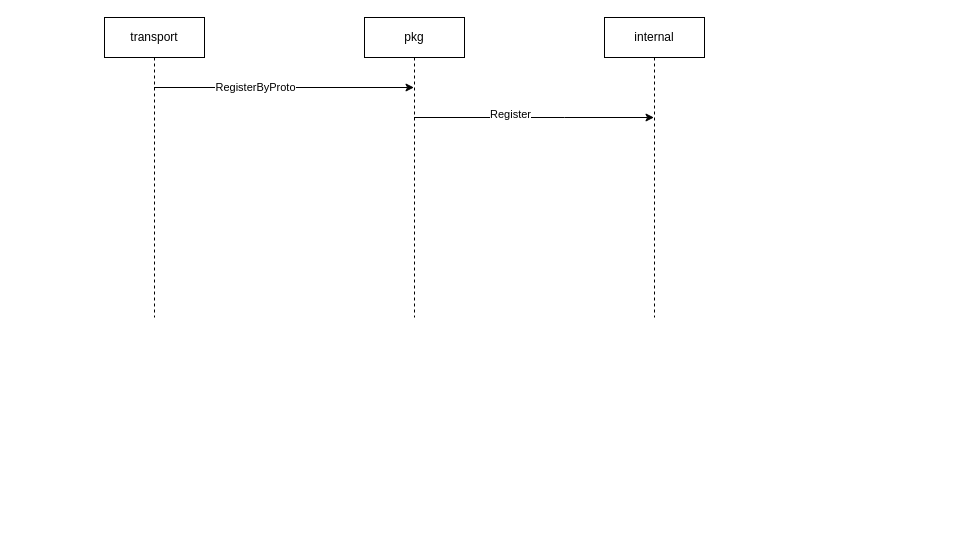
Above: page "registry-flow" (2 of 2) of frpc/frpc.drawio in hankeyyh/ft (draw.io), before the change. Source tidied: cells renumbered, new cells numbered last; positions are measured from the earlier drawing's top-left corner, leaving out a move shared by most shapes. Both pictures are drawn from the tidied source at 100%, with x=0, y=0 at pixel (104, 17).
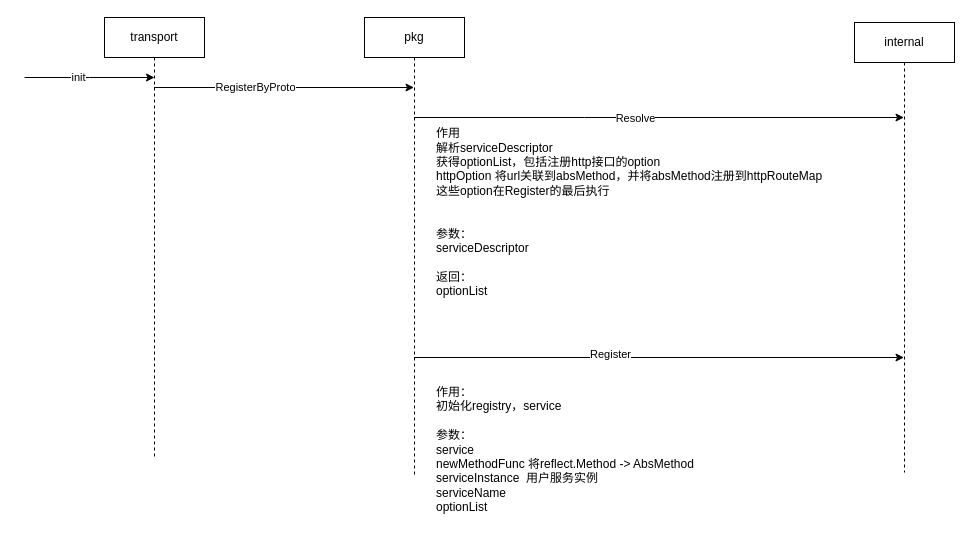
Above is the later version.

Diff of the diagram source:
```diff
@@
     <mxCell id="4" value="transport" style="shape=umlLifeline;perimeter=lifelinePerimeter;whiteSpace=wrap;html=1;outlineConnect=0;portConstraint=eastwest;newEdgeStyle={&quot;edgeStyle&quot;:&quot;elbowEdgeStyle&quot;,&quot;elbow&quot;:&quot;vertical&quot;,&quot;curved&quot;:0,&quot;rounded&quot;:0};" parent="1" vertex="1">
-      <mxGeometry width="100" height="300" as="geometry" />
+      <mxGeometry width="100" height="440" as="geometry" />
     </mxCell>
-    <mxCell id="5" style="edgeStyle=elbowEdgeStyle;rounded=0;jettySize=auto;html=1;elbow=horizontal;curved=0;" parent="1" edge="1" source="8" target="9">
+    <mxCell id="5" style="edgeStyle=elbowEdgeStyle;rounded=0;jettySize=auto;html=1;elbow=horizontal;curved=0;" parent="1" edge="1" target="9">
       <mxGeometry relative="1" as="geometry">
+        <mxPoint x="309.5" y="340" as="sourcePoint" />
         <Array as="points">
-          <mxPoint x="460" y="100" />
+          <mxPoint x="750" y="350" />
+          <mxPoint x="690" y="380" />
+          <mxPoint x="360" y="420" />
+          <mxPoint x="470" y="320" />
+          <mxPoint x="460" y="210" />
         </Array>
       </mxGeometry>
     </mxCell>
@@
+    <mxCell id="10" style="edgeStyle=elbowEdgeStyle;rounded=0;jettySize=auto;html=1;elbow=vertical;curved=0;" parent="1" edge="1" source="8" target="9">
+      <mxGeometry relative="1" as="geometry">
+        <Array as="points">
+          <mxPoint x="480" y="100" />
+          <mxPoint x="450" y="110" />
+        </Array>
+      </mxGeometry>
+    </mxCell>
+    <mxCell id="11" value="Resolve" style="edgeLabel;html=1;align=center;verticalAlign=middle;" parent="10" vertex="1">
+      <mxGeometry x="-0.1" relative="1" as="geometry" />
+    </mxCell>
     <mxCell id="8" value="pkg" style="shape=umlLifeline;perimeter=lifelinePerimeter;whiteSpace=wrap;html=1;outlineConnect=0;portConstraint=eastwest;newEdgeStyle={&quot;edgeStyle&quot;:&quot;elbowEdgeStyle&quot;,&quot;elbow&quot;:&quot;vertical&quot;,&quot;curved&quot;:0,&quot;rounded&quot;:0};" parent="1" vertex="1">
-      <mxGeometry x="260" width="100" height="300" as="geometry" />
+      <mxGeometry x="260" width="100" height="460" as="geometry" />
     </mxCell>
     <mxCell id="9" value="internal" style="shape=umlLifeline;perimeter=lifelinePerimeter;whiteSpace=wrap;html=1;outlineConnect=0;portConstraint=eastwest;newEdgeStyle={&quot;edgeStyle&quot;:&quot;elbowEdgeStyle&quot;,&quot;elbow&quot;:&quot;vertical&quot;,&quot;curved&quot;:0,&quot;rounded&quot;:0};" parent="1" vertex="1">
-      <mxGeometry x="500" width="100" height="300" as="geometry" />
+      <mxGeometry x="750" y="5" width="100" height="450" as="geometry" />
     </mxCell>
+    <mxCell id="12" value="&lt;br&gt;作用：&lt;br&gt;初始化registry，service&lt;br&gt;&lt;br&gt;参数：&lt;br&gt;service&lt;br&gt;newMethodFunc 将reflect.Method -&amp;gt; AbsMethod&lt;br&gt;serviceInstance&amp;nbsp; 用户服务实例&lt;br&gt;serviceName&lt;br&gt;optionList" style="text;html=1;align=left;verticalAlign=middle;strokeColor=none;fillColor=none;" parent="1" vertex="1">
+      <mxGeometry x="330" y="345" width="280" height="160" as="geometry" />
+    </mxCell>
+    <mxCell id="13" value="&lt;div style=&quot;&quot;&gt;&lt;span style=&quot;background-color: initial;&quot;&gt;作用&lt;/span&gt;&lt;/div&gt;&lt;div style=&quot;&quot;&gt;解析serviceDescriptor&lt;/div&gt;&lt;div style=&quot;&quot;&gt;获得optionList，包括注册http接口的option&lt;/div&gt;&lt;div style=&quot;&quot;&gt;httpOption 将url关联到absMethod，并将absMethod注册到httpRouteMap&lt;/div&gt;&lt;div style=&quot;&quot;&gt;这些option在Register的最后执行&lt;/div&gt;&lt;div style=&quot;&quot;&gt;&lt;br&gt;&lt;/div&gt;&lt;div style=&quot;&quot;&gt;&lt;br&gt;&lt;/div&gt;&lt;div style=&quot;&quot;&gt;&lt;span style=&quot;background-color: initial;&quot;&gt;参数：&lt;/span&gt;&lt;/div&gt;&lt;div style=&quot;&quot;&gt;serviceDescriptor&lt;/div&gt;&lt;div style=&quot;&quot;&gt;&lt;br&gt;&lt;/div&gt;&lt;div style=&quot;&quot;&gt;返回：&lt;/div&gt;&lt;div style=&quot;&quot;&gt;optionList&lt;/div&gt;" style="text;html=1;align=left;verticalAlign=middle;strokeColor=none;fillColor=none;" parent="1" vertex="1">
+      <mxGeometry x="330" y="100" width="410" height="190" as="geometry" />
+    </mxCell>
+    <mxCell id="14" style="edgeStyle=elbowEdgeStyle;rounded=0;orthogonalLoop=1;jettySize=auto;html=1;elbow=vertical;curved=0;" parent="1" edge="1">
+      <mxGeometry relative="1" as="geometry">
+        <mxPoint x="-80" y="60" as="sourcePoint" />
+        <mxPoint x="50" y="60" as="targetPoint" />
+      </mxGeometry>
+    </mxCell>
+    <mxCell id="15" value="init" style="edgeLabel;html=1;align=center;verticalAlign=middle;" parent="14" vertex="1">
+      <mxGeometry x="-0.18" y="1" relative="1" as="geometry" />
+    </mxCell>
```
